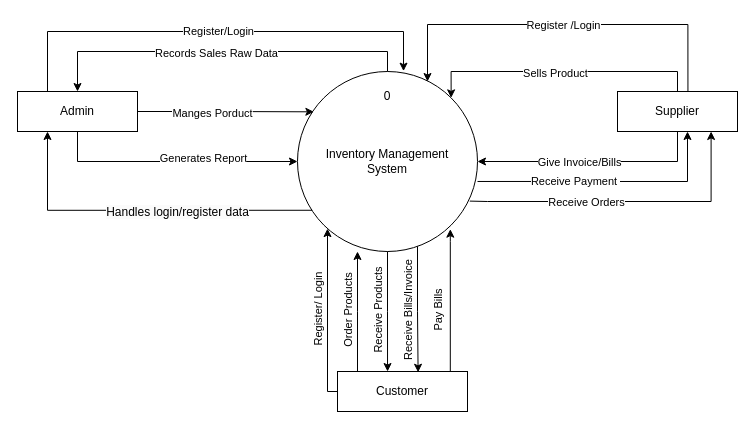
pawal-karki/DRAW.IO keeps this draw.io diagram as SRS.drawio. Above is the earlier version. Source tidied: cells renumbered, new cells numbered last; positions are measured from the earlier drawing's top-left corner, leaving out a move shared by most shapes. Both pictures are drawn from the tidied source at 100%, with x=0, y=0 at pixel (17, 24).
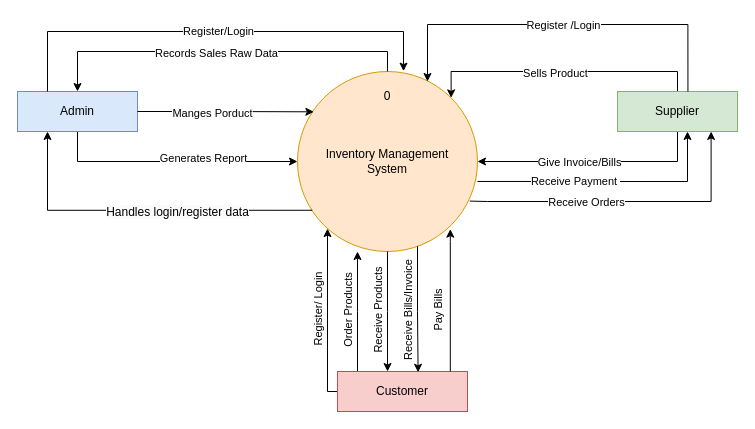
Above is the later version.

The edit, as a diff of the source:
```diff
@@
-    <mxCell id="2" value="Inventory Management&lt;div&gt;System&lt;/div&gt;" style="ellipse;whiteSpace=wrap;html=1;" parent="1" vertex="1">
+    <mxCell id="2" value="Inventory Management&lt;div&gt;System&lt;/div&gt;" style="ellipse;whiteSpace=wrap;html=1;fillColor=#ffe6cc;strokeColor=#d79b00;" parent="1" vertex="1">
       <mxGeometry x="280" y="47" width="180" height="180" as="geometry" />
     </mxCell>
@@
-    <mxCell id="7" value="Admin" style="rounded=0;whiteSpace=wrap;html=1;" parent="1" vertex="1">
+    <mxCell id="7" value="Admin" style="rounded=0;whiteSpace=wrap;html=1;fillColor=#dae8fc;strokeColor=#6c8ebf;" parent="1" vertex="1">
       <mxGeometry y="67" width="120" height="40" as="geometry" />
     </mxCell>
@@
-    <mxCell id="15" value="Customer" style="rounded=0;whiteSpace=wrap;html=1;" parent="1" vertex="1">
+    <mxCell id="15" value="Customer" style="rounded=0;whiteSpace=wrap;html=1;fillColor=#f8cecc;strokeColor=#b85450;" parent="1" vertex="1">
       <mxGeometry x="320" y="347" width="130" height="40" as="geometry" />
     </mxCell>
@@
-    <mxCell id="20" value="Supplier" style="rounded=0;whiteSpace=wrap;html=1;" parent="1" vertex="1">
+    <mxCell id="20" value="Supplier" style="rounded=0;whiteSpace=wrap;html=1;fillColor=#d5e8d4;strokeColor=#82b366;" parent="1" vertex="1">
       <mxGeometry x="600" y="67" width="120" height="40" as="geometry" />
     </mxCell>
```
